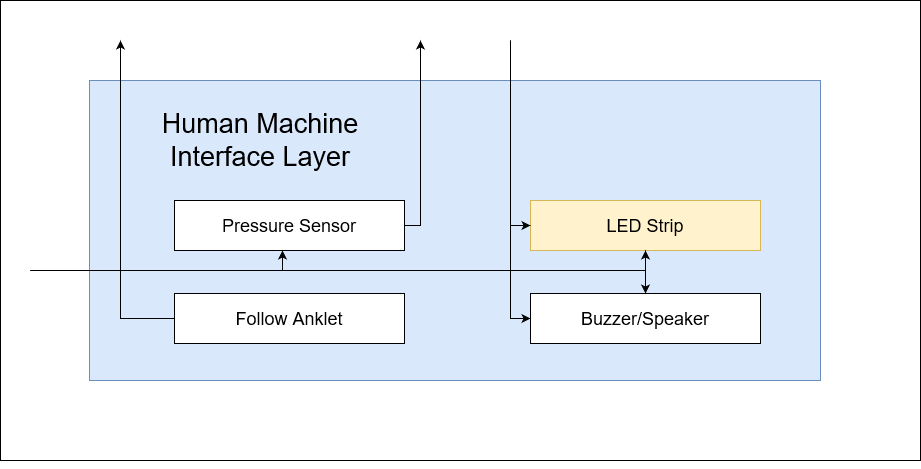
TuringBoard/ADS keeps this draw.io diagram as ADS Latex/images/Kendall/LED Strip.png. Above is the earlier version. Source tidied: cells renumbered, new cells last; positions are measured from the earlier drawing's top-left corner, leaving out a move shared by most shapes.
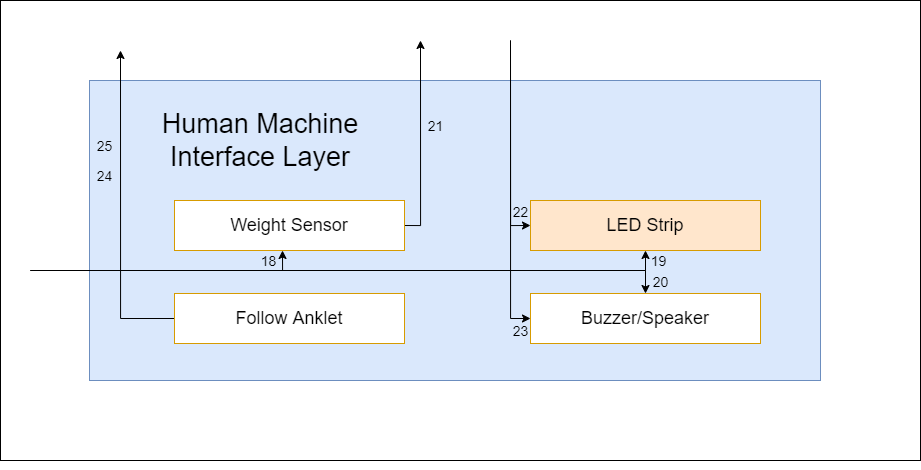
The same diagram one commit later.

The edit, as a diff of the source:
```diff
@@ -11,7 +11,7 @@
     <mxCell id="4" value="Human Machine Interface Layer" style="text;html=1;strokeColor=none;fillColor=none;align=center;verticalAlign=middle;whiteSpace=wrap;rounded=0;fontSize=27;" parent="1" vertex="1">
       <mxGeometry x="110" y="110" width="300" height="60" as="geometry" />
     </mxCell>
-    <mxCell id="5" value="LED Strip" style="rounded=0;whiteSpace=wrap;html=1;fontSize=18;fillColor=#fff2cc;strokeColor=#d6b656;" parent="1" vertex="1">
+    <mxCell id="5" value="LED Strip" style="rounded=0;whiteSpace=wrap;html=1;fontSize=18;fillColor=#ffe6cc;strokeColor=#d79b00;" parent="1" vertex="1">
       <mxGeometry x="530" y="200" width="230" height="50" as="geometry" />
     </mxCell>
     <mxCell id="6" style="edgeStyle=orthogonalEdgeStyle;rounded=0;jettySize=auto;html=1;exitX=1;exitY=0.5;exitDx=0;exitDy=0;" parent="1" edge="1" source="7">
@@ -22,21 +22,21 @@
         </Array>
       </mxGeometry>
     </mxCell>
-    <mxCell id="7" value="Pressure Sensor" style="rounded=0;whiteSpace=wrap;html=1;fontSize=18;" parent="1" vertex="1">
+    <mxCell id="7" value="Weight Sensor" style="rounded=0;whiteSpace=wrap;html=1;fontSize=18;fillColor=#FFFFFF;strokeColor=#d79b00;" parent="1" vertex="1">
       <mxGeometry x="174" y="200" width="230" height="50" as="geometry" />
     </mxCell>
-    <mxCell id="8" value="&lt;div&gt;Buzzer/Speaker&lt;/div&gt;" style="rounded=0;whiteSpace=wrap;html=1;fontSize=18;" parent="1" vertex="1">
+    <mxCell id="8" value="&lt;div&gt;Buzzer/Speaker&lt;/div&gt;" style="rounded=0;whiteSpace=wrap;html=1;fontSize=18;fillColor=#FFFFFF;strokeColor=#d79b00;" parent="1" vertex="1">
       <mxGeometry x="530" y="293" width="230" height="50" as="geometry" />
     </mxCell>
-    <mxCell id="9" style="edgeStyle=orthogonalEdgeStyle;rounded=0;jettySize=auto;html=1;" parent="1" edge="1" source="10">
+    <mxCell id="9" style="edgeStyle=orthogonalEdgeStyle;rounded=0;jettySize=auto;html=1;entryX=0.5;entryY=1;entryDx=0;entryDy=0;" parent="1" edge="1" source="10">
       <mxGeometry relative="1" as="geometry">
-        <mxPoint x="120" y="40" as="targetPoint" />
+        <mxPoint x="120" y="50" as="targetPoint" />
         <Array as="points">
           <mxPoint x="120" y="318" />
         </Array>
       </mxGeometry>
     </mxCell>
-    <mxCell id="10" value="Follow Anklet" style="rounded=0;whiteSpace=wrap;html=1;fontSize=18;" parent="1" vertex="1">
+    <mxCell id="10" value="Follow Anklet" style="rounded=0;whiteSpace=wrap;html=1;fontSize=18;fillColor=#FFFFFF;strokeColor=#d79b00;" parent="1" vertex="1">
       <mxGeometry x="174" y="293" width="230" height="50" as="geometry" />
     </mxCell>
     <mxCell id="11" style="edgeStyle=orthogonalEdgeStyle;rounded=0;jettySize=auto;html=1;entryX=0;entryY=0.5;entryDx=0;entryDy=0;" parent="1" edge="1" target="5">
@@ -74,5 +74,29 @@
     <mxCell id="16" style="edgeStyle=orthogonalEdgeStyle;rounded=0;orthogonalLoop=1;jettySize=auto;html=1;exitX=0.5;exitY=1;exitDx=0;exitDy=0;" parent="1" edge="1" source="2" target="2">
       <mxGeometry relative="1" as="geometry" />
     </mxCell>
+    <mxCell id="17" value="&lt;font style=&quot;font-size: 14px&quot;&gt;21&lt;br&gt;&lt;/font&gt;" style="text;html=1;align=center;verticalAlign=middle;strokeColor=none;fillColor=none;fontSize=18;" parent="1" vertex="1">
+      <mxGeometry x="420" y="110" width="30" height="30" as="geometry" />
+    </mxCell>
+    <mxCell id="18" value="&lt;font style=&quot;font-size: 14px&quot;&gt;18&lt;br&gt;&lt;/font&gt;" style="text;html=1;align=center;verticalAlign=middle;strokeColor=none;fillColor=none;fontSize=18;" parent="1" vertex="1">
+      <mxGeometry x="253" y="245" width="30" height="30" as="geometry" />
+    </mxCell>
+    <mxCell id="19" value="&lt;font style=&quot;font-size: 14px&quot;&gt;22&lt;br&gt;&lt;/font&gt;" style="text;html=1;align=center;verticalAlign=middle;strokeColor=none;fillColor=none;fontSize=18;" parent="1" vertex="1">
+      <mxGeometry x="505" y="196" width="30" height="30" as="geometry" />
+    </mxCell>
+    <mxCell id="20" value="&lt;font style=&quot;font-size: 14px&quot;&gt;23&lt;br&gt;&lt;/font&gt;" style="text;html=1;align=center;verticalAlign=middle;strokeColor=none;fillColor=none;fontSize=18;" parent="1" vertex="1">
+      <mxGeometry x="505" y="315" width="30" height="30" as="geometry" />
+    </mxCell>
+    <mxCell id="21" value="&lt;font style=&quot;font-size: 14px&quot;&gt;19&lt;br&gt;&lt;/font&gt;" style="text;html=1;align=center;verticalAlign=middle;strokeColor=none;fillColor=none;fontSize=18;" parent="1" vertex="1">
+      <mxGeometry x="643" y="245" width="30" height="30" as="geometry" />
+    </mxCell>
+    <mxCell id="22" value="&lt;font style=&quot;font-size: 14px&quot;&gt;20&lt;br&gt;&lt;/font&gt;" style="text;html=1;align=center;verticalAlign=middle;strokeColor=none;fillColor=none;fontSize=18;" parent="1" vertex="1">
+      <mxGeometry x="645" y="266" width="30" height="30" as="geometry" />
+    </mxCell>
+    <mxCell id="23" value="&lt;font style=&quot;font-size: 14px&quot;&gt;25&lt;br&gt;&lt;/font&gt;" style="text;html=1;align=center;verticalAlign=middle;strokeColor=none;fillColor=none;fontSize=18;" parent="1" vertex="1">
+      <mxGeometry x="89" y="130" width="30" height="30" as="geometry" />
+    </mxCell>
+    <mxCell id="24" value="&lt;font style=&quot;font-size: 14px&quot;&gt;24&lt;br&gt;&lt;/font&gt;" style="text;html=1;align=center;verticalAlign=middle;strokeColor=none;fillColor=none;fontSize=18;" parent="1" vertex="1">
+      <mxGeometry x="89" y="160" width="30" height="30" as="geometry" />
+    </mxCell>
   </root>
 </mxGraphModel>
```
